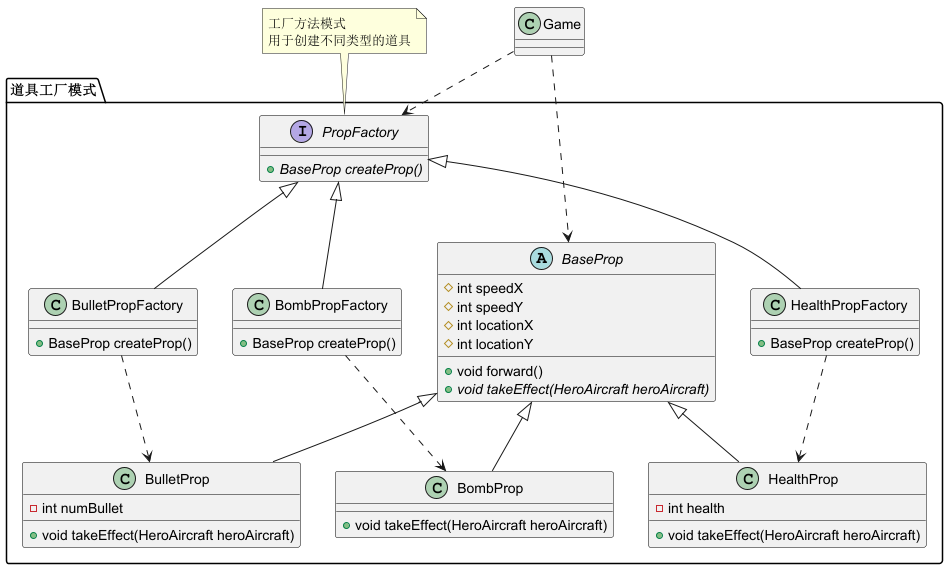
The PlantUML diagram uml/PropFactoryPattern.png in hpcx365/AircraftWar, before a commit. Its diagram source:
```plantuml
@startuml

skinparam interface {
  borderColor DeepSkyBlue
  borderWidth 2
}

skinparam abstract {
  borderColor DeepPink
  borderWidth 2
}

skinparam class {
  borderColor Black
  borderWidth 1
}

class Game {}

package "道具工厂模式" {
  interface PropFactory {
    +{abstract} BaseProp createProp()
  }

  class BulletPropFactory {
    +BaseProp createProp()
  }

  class BombPropFactory {
    +BaseProp createProp()
  }

  class HealthPropFactory {
    +BaseProp createProp()
  }

  abstract class BaseProp {
    #int speedX
    #int speedY
    #int locationX
    #int locationY
    +void forward()
    +{abstract} void takeEffect(HeroAircraft heroAircraft)
  }

  class BulletProp {
    -int numBullet
    +void takeEffect(HeroAircraft heroAircraft)
  }

  class BombProp {
    +void takeEffect(HeroAircraft heroAircraft)
  }

  class HealthProp {
    -int health
    +void takeEffect(HeroAircraft heroAircraft)
  }
}

PropFactory <|-- BulletPropFactory
PropFactory <|-- BombPropFactory
PropFactory <|-- HealthPropFactory
BaseProp <|-- BulletProp
BaseProp <|-- BombProp
BaseProp <|-- HealthProp

Game ..> PropFactory
Game ..> BaseProp
BulletPropFactory ..> BulletProp
BombPropFactory ..> BombProp
HealthPropFactory ..> HealthProp

note top of PropFactory
  工厂方法模式
  用于创建不同类型的道具
end note

@enduml
```
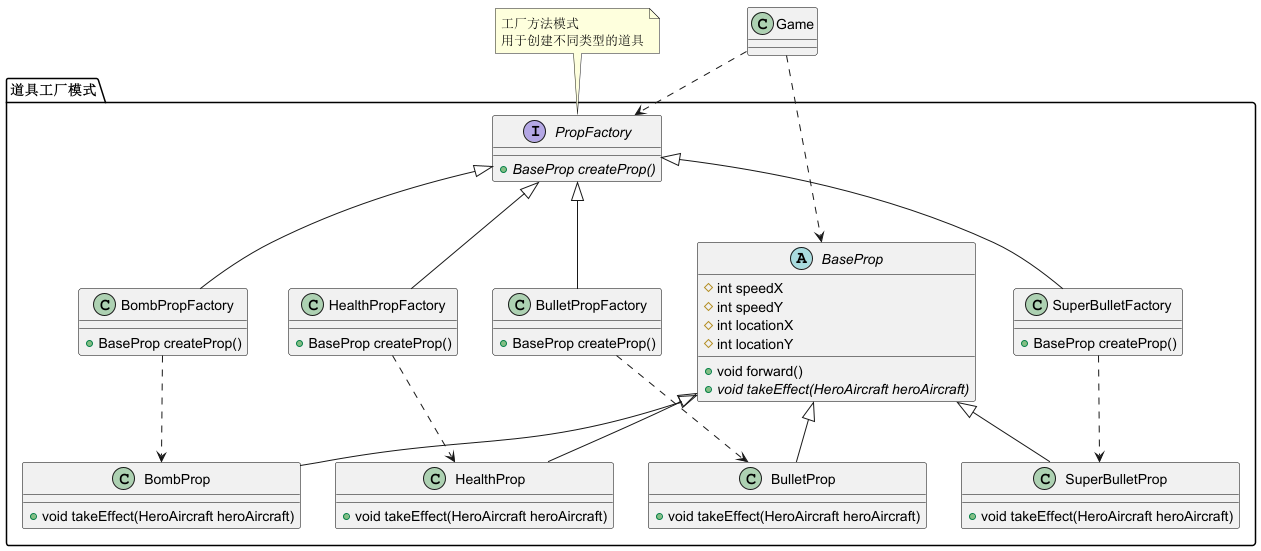
The same file after the commit.

Diff of the diagram source:
```diff
@@ -34,6 +34,10 @@
     +BaseProp createProp()
   }
 
+  class SuperBulletFactory {
+    +BaseProp createProp()
+  }
+
   abstract class BaseProp {
     #int speedX
     #int speedY
@@ -44,7 +48,6 @@
   }
 
   class BulletProp {
-    -int numBullet
     +void takeEffect(HeroAircraft heroAircraft)
   }
 
@@ -53,7 +56,10 @@
   }
 
   class HealthProp {
-    -int health
+    +void takeEffect(HeroAircraft heroAircraft)
+  }
+
+  class SuperBulletProp {
     +void takeEffect(HeroAircraft heroAircraft)
   }
 }
@@ -61,15 +67,18 @@
 PropFactory <|-- BulletPropFactory
 PropFactory <|-- BombPropFactory
 PropFactory <|-- HealthPropFactory
+PropFactory <|-- SuperBulletFactory
 BaseProp <|-- BulletProp
 BaseProp <|-- BombProp
 BaseProp <|-- HealthProp
+BaseProp <|-- SuperBulletProp
 
 Game ..> PropFactory
 Game ..> BaseProp
 BulletPropFactory ..> BulletProp
 BombPropFactory ..> BombProp
 HealthPropFactory ..> HealthProp
+SuperBulletFactory ..> SuperBulletProp
 
 note top of PropFactory
   工厂方法模式
```
